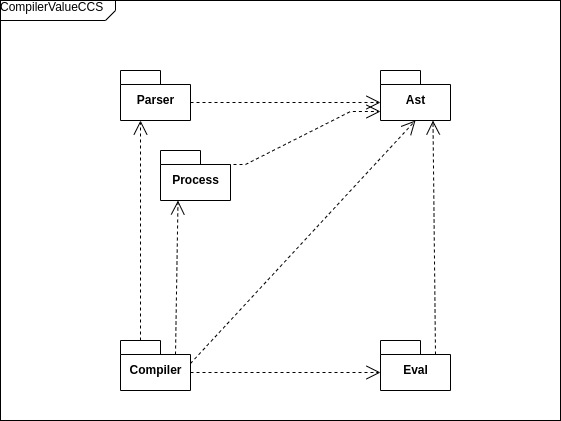
strang3nt/CompilerValueCCS keeps this draw.io diagram as documentation/img/valuePassing-package_diagram.png. Above is the earlier version. Source tidied: cells renumbered, new cells last; positions are measured from the earlier drawing's top-left corner, leaving out a move shared by most shapes.
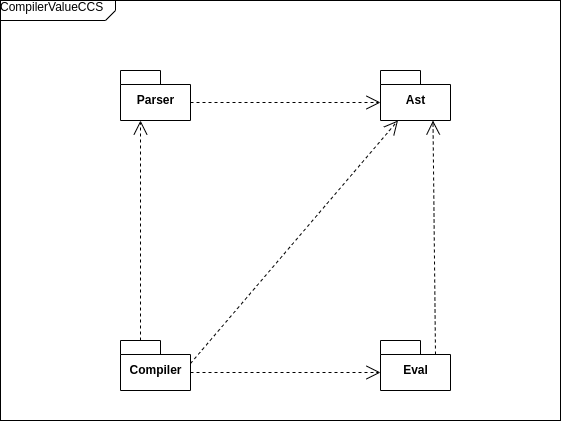
The same file after the commit.

Diff of the diagram source:
```diff
@@ -11,21 +11,12 @@
     <mxCell id="4" value="Ast" style="shape=folder;fontStyle=1;spacingTop=10;tabWidth=40;tabHeight=14;tabPosition=left;html=1;" parent="1" vertex="1">
       <mxGeometry x="380" y="70" width="70" height="50" as="geometry" />
     </mxCell>
-    <mxCell id="5" style="rounded=0;jettySize=auto;html=1;exitX=0;exitY=0;exitDx=70;exitDy=23;exitPerimeter=0;entryX=0.5;entryY=1;entryDx=0;entryDy=0;entryPerimeter=0;dashed=1;endArrow=open;endFill=0;endSize=12;" parent="1" edge="1" source="7" target="4">
+    <mxCell id="5" style="rounded=0;jettySize=auto;html=1;exitX=0;exitY=0;exitDx=70;exitDy=23;exitPerimeter=0;dashed=1;endArrow=open;endFill=0;endSize=12;entryX=0.25;entryY=1;entryDx=0;entryDy=0;entryPerimeter=0;" parent="1" edge="1" source="7" target="4">
       <mxGeometry relative="1" as="geometry" />
     </mxCell>
-    <mxCell id="6" style="edgeStyle=none;rounded=0;jettySize=auto;html=1;entryX=0.25;entryY=1;entryDx=0;entryDy=0;entryPerimeter=0;dashed=1;endArrow=open;endFill=0;endSize=12;exitX=0;exitY=0;exitDx=55;exitDy=14;exitPerimeter=0;" parent="1" edge="1" source="7" target="9">
-      <mxGeometry relative="1" as="geometry" />
-    </mxCell>
     <mxCell id="7" value="Compiler" style="shape=folder;fontStyle=1;spacingTop=10;tabWidth=40;tabHeight=14;tabPosition=left;html=1;" parent="1" vertex="1">
       <mxGeometry x="120" y="340" width="70" height="50" as="geometry" />
     </mxCell>
-    <mxCell id="8" style="rounded=0;jettySize=auto;html=1;exitX=0;exitY=0;exitDx=55;exitDy=14;exitPerimeter=0;entryX=0;entryY=0;entryDx=0;entryDy=41;entryPerimeter=0;dashed=1;endArrow=open;endFill=0;endSize=12;edgeStyle=entityRelationEdgeStyle;" parent="1" edge="1" source="9" target="4">
-      <mxGeometry relative="1" as="geometry" />
-    </mxCell>
-    <mxCell id="9" value="Process" style="shape=folder;fontStyle=1;spacingTop=10;tabWidth=40;tabHeight=14;tabPosition=left;html=1;" parent="1" vertex="1">
-      <mxGeometry x="160" y="150" width="70" height="50" as="geometry" />
-    </mxCell>
     <mxCell id="10" style="edgeStyle=none;rounded=0;jettySize=auto;html=1;exitX=0;exitY=0;exitDx=55;exitDy=14;exitPerimeter=0;entryX=0.75;entryY=1;entryDx=0;entryDy=0;entryPerimeter=0;dashed=1;endArrow=open;endFill=0;endSize=12;" parent="1" edge="1" source="11" target="4">
       <mxGeometry relative="1" as="geometry" />
     </mxCell>
```
